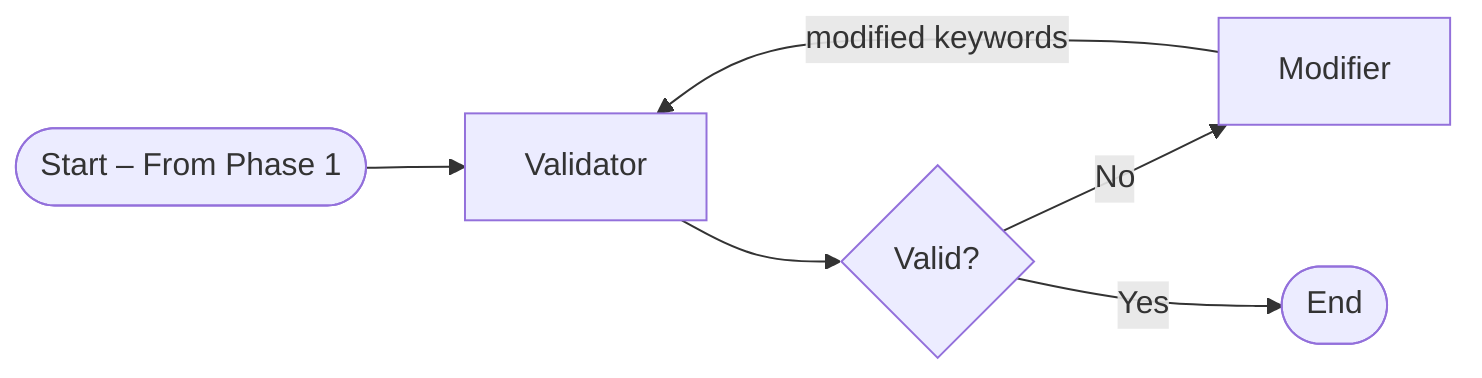
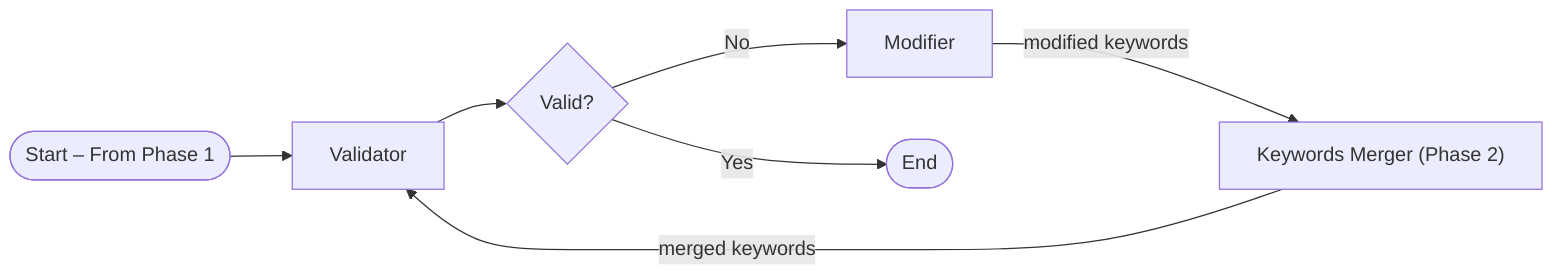
flowchart LR
    direction LR
    Start([Start – From Phase 1]):::step
    Validator["Validator"]:::step
    GateValid{Valid?}:::gate
    Modifier["Modifier"]:::step
+     Merge2["Keywords Merger (Phase 2)"]:::step
    End([End]):::step

    Start --> Validator
    Validator --> GateValid
    GateValid -- No --> Modifier
-     Modifier -- "modified keywords" --> Validator
-     GateValid -- Yes --> End+     Modifier -- "modified keywords" --> Merge2
+     Merge2 -- "merged keywords" --> Validator
+     GateValid -- Yes --> End
